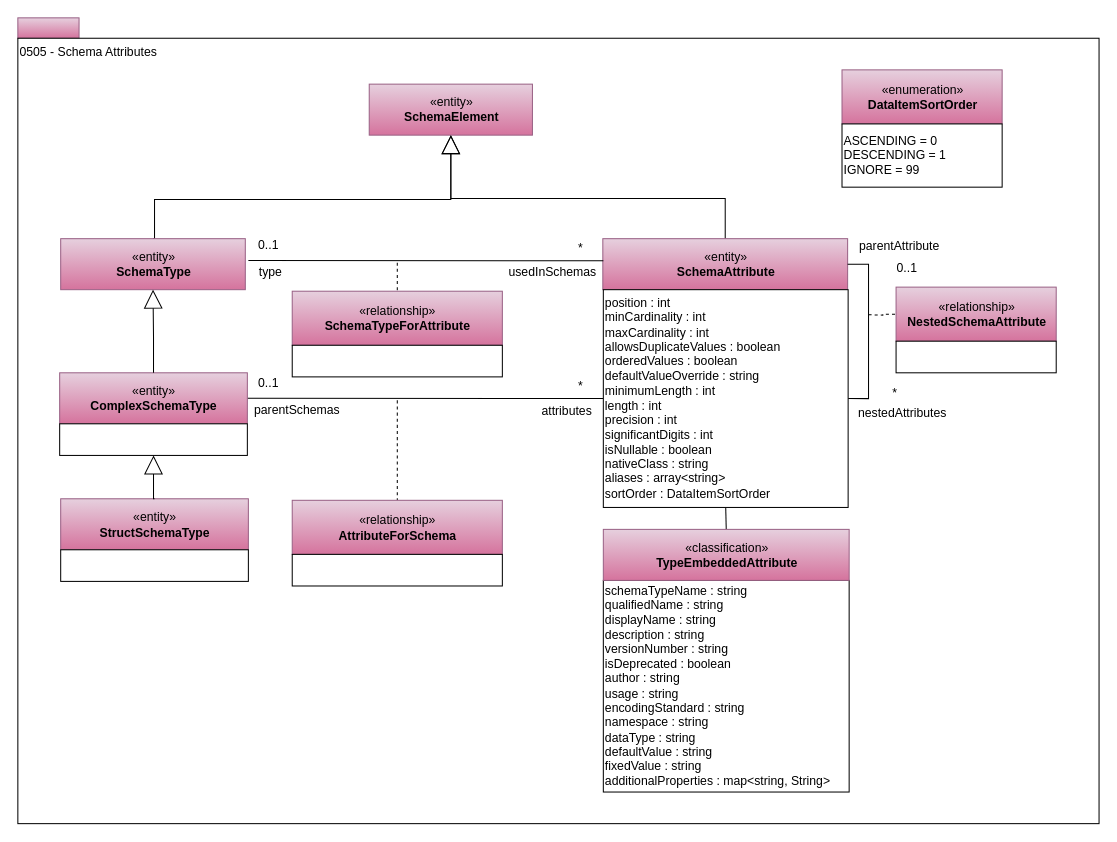
Above: page "0505-Schema-Attributes" (5 of 27) of open-metadata-publication/website/open-metadata-types/area-5-models-and-schema.drawio in odpi/egeria (draw.io), before the change. Source tidied: cells renumbered, new cells numbered last; positions are measured from the earlier drawing's top-left corner, leaving out a move shared by most shapes. Both pictures are drawn from the tidied source at 102%, with x=0, y=0 at pixel (17, 17).
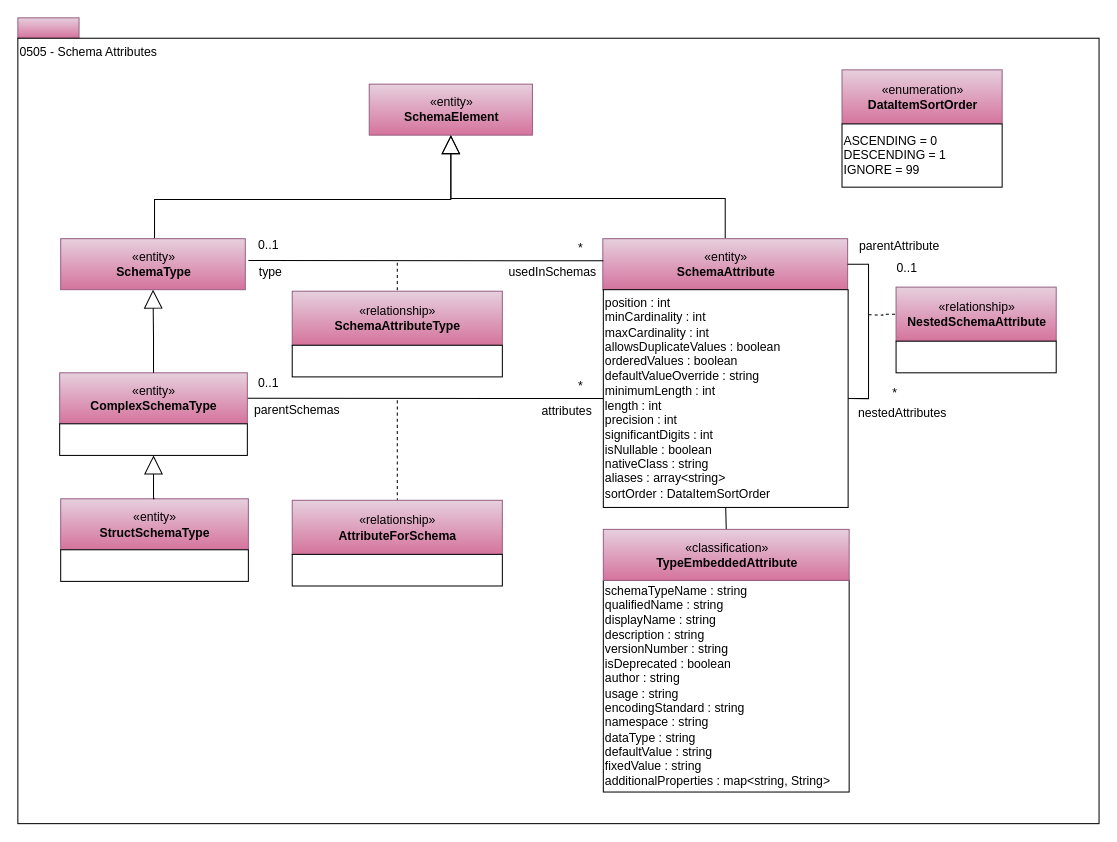
The same diagram, later.

The change refers to these unchanged cells:
```xml
<mxCell id="44" style="group;" parent="1" vertex="1">
  <mxGeometry x="269" y="268" width="206" height="84" as="geometry" />
</mxCell>
```

The edit, as a diff of the source:
```diff
@@
-    <mxCell id="45" value="«relationship»&lt;br&gt;&lt;b&gt;SchemaTypeForAttribute&lt;/b&gt;" style="html=1;strokeColor=#996185;align=center;fillColor=#e6d0de;gradientColor=#d5739d;" parent="44" vertex="1">
+    <mxCell id="45" value="«relationship»&lt;br&gt;&lt;b&gt;SchemaAttributeType&lt;/b&gt;" style="html=1;strokeColor=#996185;align=center;fillColor=#e6d0de;gradientColor=#d5739d;" parent="44" vertex="1">
       <mxGeometry width="206" height="53" as="geometry" />
     </mxCell>
```
